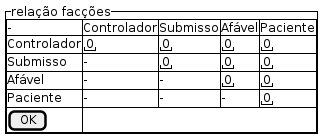
gustavospiess/bcc_2020_2_prjsft2 keeps this PlantUML diagram as 2020-09-04 - aula03 preparacao da proposta comercial/interf_rel_psi.png. Above is the earlier version. Its source is kept beside it as 2020-09-04 - aula03 preparacao da proposta comercial/interf_rel_psi.puml.
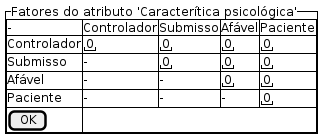
After the change.

What changed in the source:
```diff
@@ -1,5 +1,5 @@
 @startsalt
-{^relação facções
+{^Fatores do atributo 'Caracterítica psicológica'
 {#
     -                       | Controlador | Submisso | Afável | Paciente
     Controlador | "0" | "0" | "0" | "0"
```
